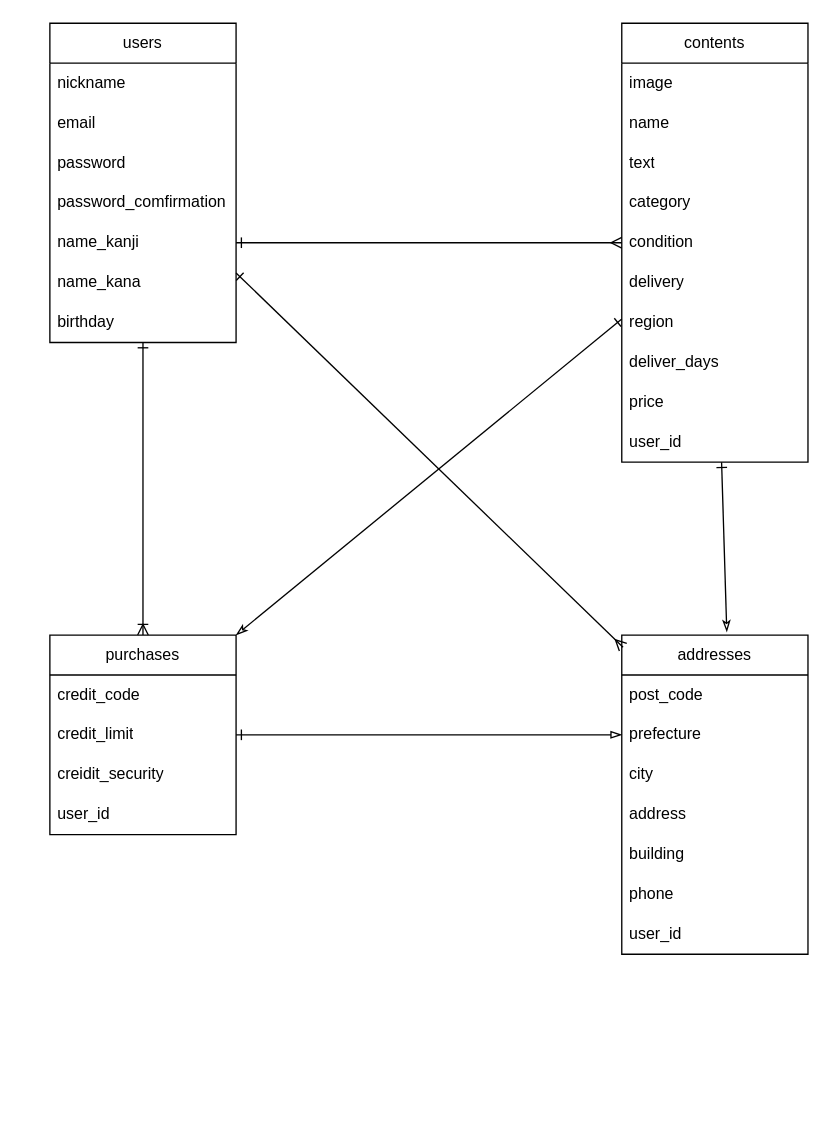
RyumaKatoh/furima-39713 keeps this draw.io diagram as furima.dio. Above is the earlier version. Source tidied: cells renumbered, new cells numbered last; positions are measured from the earlier drawing's top-left corner, leaving out a move shared by most shapes. Both pictures are drawn from the tidied source at 133%, with x=0, y=0 at pixel (49, 23).
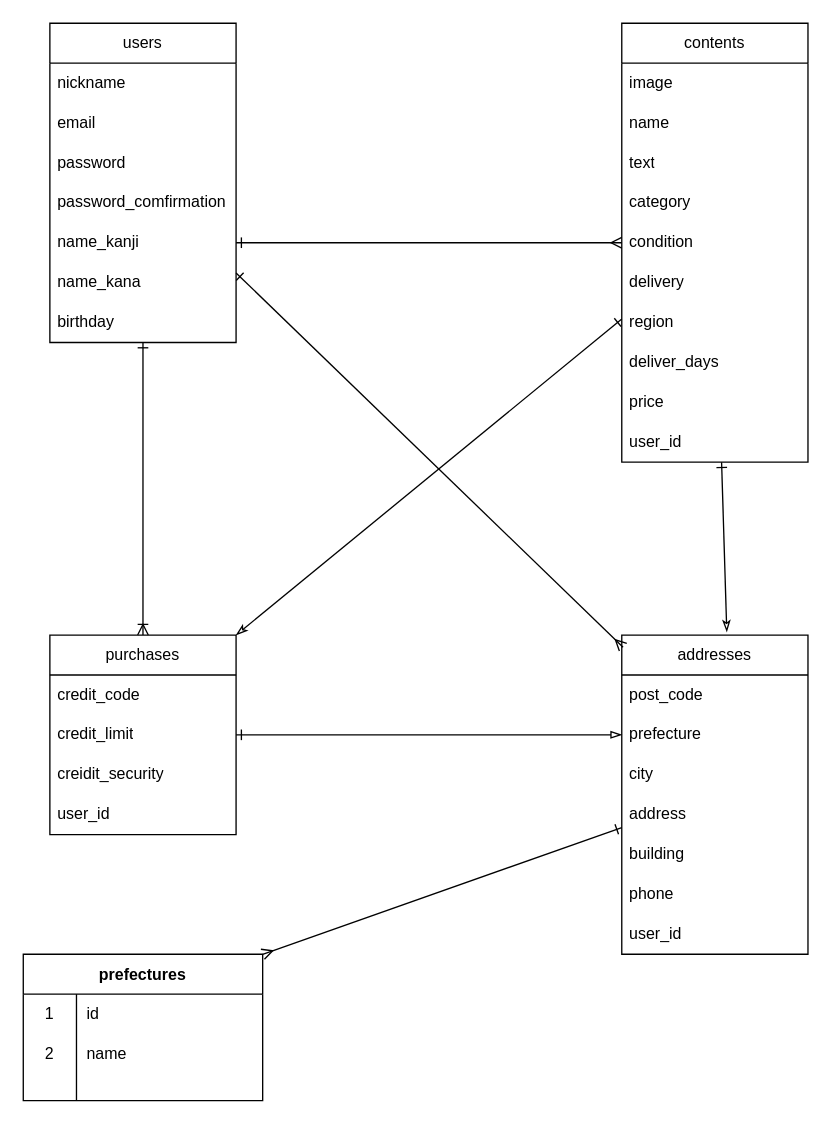
After the change.

Unchanged cells that the change refers to:
```xml
<mxCell id="8" value="addresses" style="swimlane;fontStyle=0;horizontal=1;startSize=30;whiteSpace=wrap;html=1;" parent="1" vertex="1">
  <mxGeometry x="430" y="460" width="140" height="240" as="geometry" />
</mxCell>
```

Diff of the diagram source:
```diff
@@
+    <mxCell id="40" style="edgeStyle=none;html=1;entryX=1;entryY=0;entryDx=0;entryDy=0;startArrow=ERone;startFill=0;endArrow=ERmany;endFill=0;" parent="1" edge="1" source="8" target="41">
+      <mxGeometry relative="1" as="geometry" />
+    </mxCell>
@@
+    <mxCell id="41" value="prefectures" style="shape=table;startSize=30;childLayout=tableLayout;rowLines=0;fontStyle=1;" parent="1" vertex="1">
+      <mxGeometry x="-20" y="700" width="180" height="110" as="geometry" />
+    </mxCell>
+    <mxCell id="42" style="shape=tableRow;horizontal=0;startSize=0;swimlaneHead=0;swimlaneBody=0;top=0;left=0;bottom=0;right=0;fillColor=none;" parent="41" vertex="1">
+      <mxGeometry y="30" width="180" height="30" as="geometry" />
+    </mxCell>
+    <mxCell id="43" value="1" style="shape=partialRectangle;html=1;whiteSpace=wrap;fillColor=none;top=0;left=0;bottom=0;right=0;overflow=hidden;" parent="42" vertex="1">
+      <mxGeometry width="40" height="30" as="geometry" />
+    </mxCell>
+    <mxCell id="44" value="id" style="shape=partialRectangle;html=1;whiteSpace=wrap;fillColor=none;top=0;left=0;bottom=0;right=0;align=left;spacingLeft=6;overflow=hidden;" parent="42" vertex="1">
+      <mxGeometry x="40" width="140" height="30" as="geometry" />
+    </mxCell>
+    <mxCell id="45" style="shape=tableRow;horizontal=0;startSize=0;swimlaneHead=0;swimlaneBody=0;top=0;left=0;bottom=0;right=0;fillColor=none;" parent="41" vertex="1">
+      <mxGeometry y="60" width="180" height="30" as="geometry" />
+    </mxCell>
+    <mxCell id="46" value="2" style="shape=partialRectangle;html=1;whiteSpace=wrap;fillColor=none;top=0;left=0;bottom=0;right=0;overflow=hidden;" parent="45" vertex="1">
+      <mxGeometry width="40" height="30" as="geometry" />
+    </mxCell>
+    <mxCell id="47" value="name" style="shape=partialRectangle;html=1;whiteSpace=wrap;fillColor=none;top=0;left=0;bottom=0;right=0;align=left;spacingLeft=6;overflow=hidden;" parent="45" vertex="1">
+      <mxGeometry x="40" width="140" height="30" as="geometry" />
+    </mxCell>
+    <mxCell id="48" style="shape=tableRow;horizontal=0;startSize=0;swimlaneHead=0;swimlaneBody=0;top=0;left=0;bottom=0;right=0;fillColor=none;" parent="41" vertex="1">
+      <mxGeometry y="90" width="180" height="20" as="geometry" />
+    </mxCell>
+    <mxCell id="49" style="shape=partialRectangle;html=1;whiteSpace=wrap;fillColor=none;top=0;left=0;bottom=0;right=0;overflow=hidden;" parent="48" vertex="1">
+      <mxGeometry width="40" height="20" as="geometry" />
+    </mxCell>
+    <mxCell id="50" style="shape=partialRectangle;html=1;whiteSpace=wrap;fillColor=none;top=0;left=0;bottom=0;right=0;align=left;spacingLeft=6;overflow=hidden;" parent="48" vertex="1">
+      <mxGeometry x="40" width="140" height="20" as="geometry" />
+    </mxCell>
```
